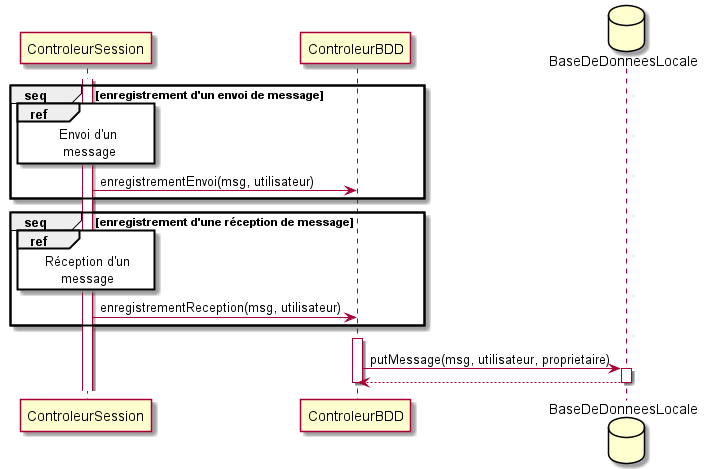
The PlantUML diagram sequence/enregistrement_historique.png in arc-hugo/clavardage_uml, before a commit.
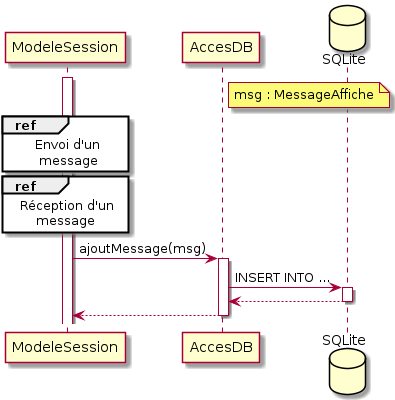
Above is the later version.

Diff of the diagram source:
```diff
@@ -1,25 +1,23 @@
 @startuml enregistrement_historique
-activate ControleurSession
-group seq [enregistrement d'un envoi de message]
-    ref over ControleurSession
+activate ModeleSession
+note right of AccesDB
+msg : MessageAffiche
+end note
+    ref over ModeleSession
         Envoi d'un
          message
     end ref
-    ControleurSession -> ControleurBDD : enregistrementEnvoi(msg, utilisateur)
-end
-group seq [enregistrement d'une réception de message]
-    ref over ControleurSession
+    ref over ModeleSession
         Réception d'un
             message
     end ref
-    ControleurSession -> ControleurBDD : enregistrementReception(msg, utilisateur)
-end
-ControleurBDD [hidden]-> ControleurSession
-activate ControleurBDD
-database BaseDeDonneesLocale
-ControleurBDD -> BaseDeDonneesLocale : putMessage(msg, utilisateur, proprietaire)
-activate BaseDeDonneesLocale
-BaseDeDonneesLocale --> ControleurBDD
-deactivate BaseDeDonneesLocale
-deactivate ControleurBDD
+ModeleSession -> AccesDB : ajoutMessage(msg)
+activate AccesDB
+database SQLite
+AccesDB -> SQLite : INSERT INTO ...
+activate SQLite
+SQLite --> AccesDB
+deactivate SQLite
+AccesDB --> ModeleSession
+deactivate AccesDB
 @enduml
```
